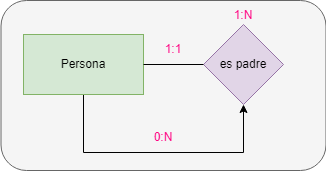
Earlier version of the draw.io export Tareas/UD2-INTERPRETACIÓN DE DIAGRAMAS ENTIDAD-RELACIÓN/Ejercicio Básico ER/4persona.drawio.png (popadron/base-de-datos). Source tidied: cells renumbered, new cells last; positions are measured from the earlier drawing's top-left corner, leaving out a move shared by most shapes.
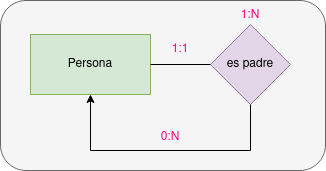
The same diagram one commit later.

What changed in the source:
```diff
@@ -3,16 +3,8 @@
     <mxCell id="0" />
     <mxCell id="1" parent="0" />
     <mxCell id="2" style="rounded=1;whiteSpace=wrap;html=1;fillColor=#f5f5f5;strokeColor=#666666;fontColor=#333333;" parent="1" vertex="1">
-      <mxGeometry x="-0.5" width="325" height="170" as="geometry" />
+      <mxGeometry x="-8" width="325" height="170" as="geometry" />
     </mxCell>
-    <mxCell id="3" style="edgeStyle=orthogonalEdgeStyle;rounded=0;jettySize=auto;html=1;entryX=0.5;entryY=1;entryDx=0;entryDy=0;" parent="1" edge="1" source="4" target="7">
-      <mxGeometry relative="1" as="geometry">
-        <Array as="points">
-          <mxPoint x="82" y="152" />
-          <mxPoint x="242" y="152" />
-        </Array>
-      </mxGeometry>
-    </mxCell>
     <mxCell id="4" value="&lt;div&gt;Persona&lt;/div&gt;" style="rounded=0;whiteSpace=wrap;html=1;fillColor=#d5e8d4;strokeColor=#82b366;" parent="1" vertex="1">
       <mxGeometry x="22" y="34" width="120" height="60" as="geometry" />
     </mxCell>
@@ -31,5 +23,13 @@
     <mxCell id="9" style="endArrow=none;html=1;rounded=0;exitX=1;exitY=0.5;exitDx=0;exitDy=0;entryX=0;entryY=0.5;entryDx=0;entryDy=0;" parent="1" edge="1" source="4" target="7">
       <mxGeometry relative="1" as="geometry" />
     </mxCell>
+    <mxCell id="10" style="endArrow=classic;html=1;rounded=0;entryX=0.5;entryY=1;entryDx=0;entryDy=0;exitX=0.5;exitY=1;exitDx=0;exitDy=0;" parent="1" edge="1" source="7" target="4">
+      <mxGeometry relative="1" as="geometry">
+        <Array as="points">
+          <mxPoint x="242" y="150" />
+          <mxPoint x="82" y="150" />
+        </Array>
+      </mxGeometry>
+    </mxCell>
   </root>
 </mxGraphModel>
```
